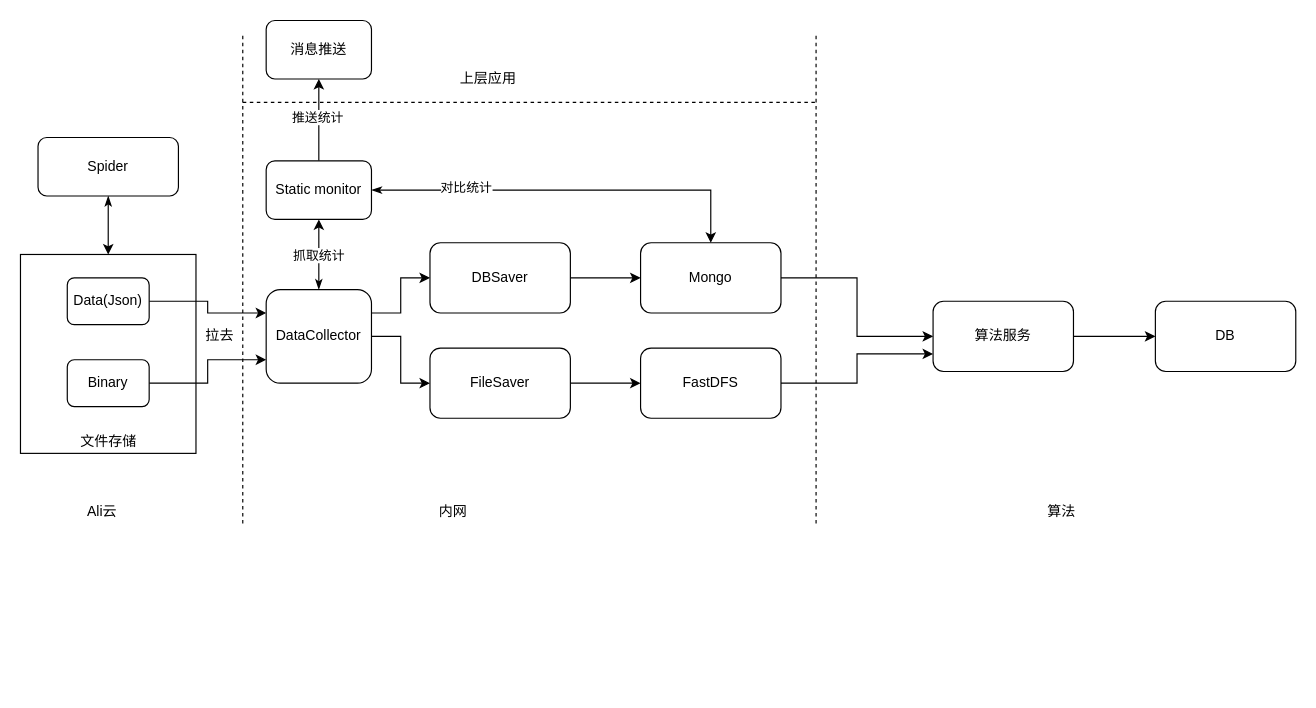
This is Untitled Diagram.drawio from wiesel2/drawiorepo, a draw.io file, before an edit. Source tidied: cells renumbered, new cells numbered last; positions are measured from the earlier drawing's top-left corner, leaving out a move shared by most shapes. Both pictures are drawn from the tidied source at 117%, with x=0, y=0 at pixel (20, 20).
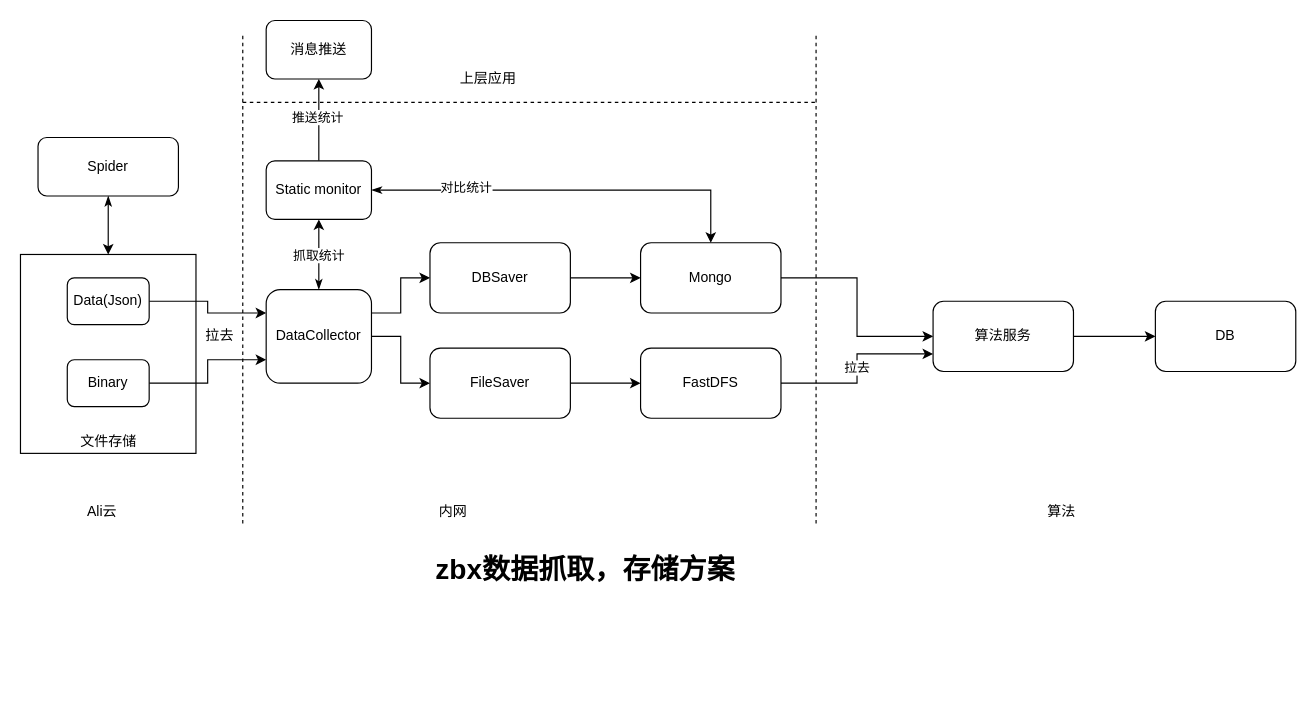
After the change.

Unchanged cells that the change refers to:
```xml
<mxCell id="13" value="FastDFS" style="rounded=1;whiteSpace=wrap;html=1;" parent="1" vertex="1">
  <mxGeometry x="530" y="280" width="120" height="60" as="geometry" />
</mxCell>
<mxCell id="37" value="算法服务" style="rounded=1;whiteSpace=wrap;html=1;" parent="1" vertex="1">
  <mxGeometry x="780" y="240" width="120" height="60" as="geometry" />
</mxCell>
```

What changed in the source:
```diff
@@
-    <mxCell id="12" style="edgeStyle=orthogonalEdgeStyle;rounded=0;jettySize=auto;html=1;exitX=1;exitY=0.5;exitDx=0;exitDy=0;entryX=0;entryY=0.75;entryDx=0;entryDy=0;" parent="1" edge="1" source="13" target="37">
+    <mxCell id="12" value="拉去" style="edgeStyle=orthogonalEdgeStyle;rounded=0;jettySize=auto;html=1;exitX=1;exitY=0.5;exitDx=0;exitDy=0;entryX=0;entryY=0.75;entryDx=0;entryDy=0;" parent="1" edge="1" source="13" target="37">
       <mxGeometry relative="1" as="geometry" />
     </mxCell>
@@
+    <mxCell id="40" value="&lt;h1&gt;zbx数据抓取，存储方案&lt;/h1&gt;&lt;p&gt;&lt;br&gt;&lt;/p&gt;" style="text;html=1;strokeColor=none;fillColor=none;spacing=5;spacingTop=-20;whiteSpace=wrap;overflow=hidden;rounded=0;" parent="1" vertex="1">
+      <mxGeometry x="350" y="450" width="330" height="120" as="geometry" />
+    </mxCell>
```
